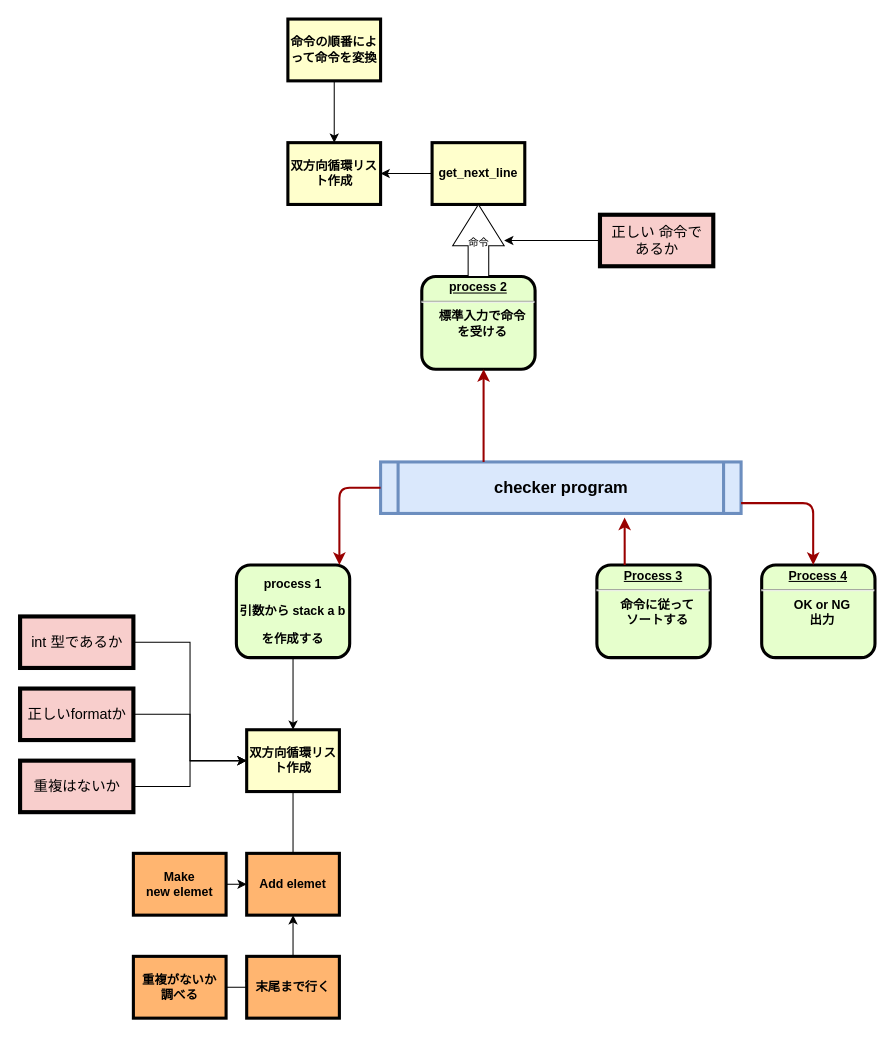
public-jun/42_push_swap keeps this draw.io diagram as page "Page-1" (1 of 2) of push_swap.drawio. Above is the earlier version. Source tidied: cells renumbered, new cells numbered last; positions are measured from the earlier drawing's top-left corner, leaving out a move shared by most shapes. Both pictures are drawn from the tidied source at 103%, with x=0, y=0 at pixel (20, 19).
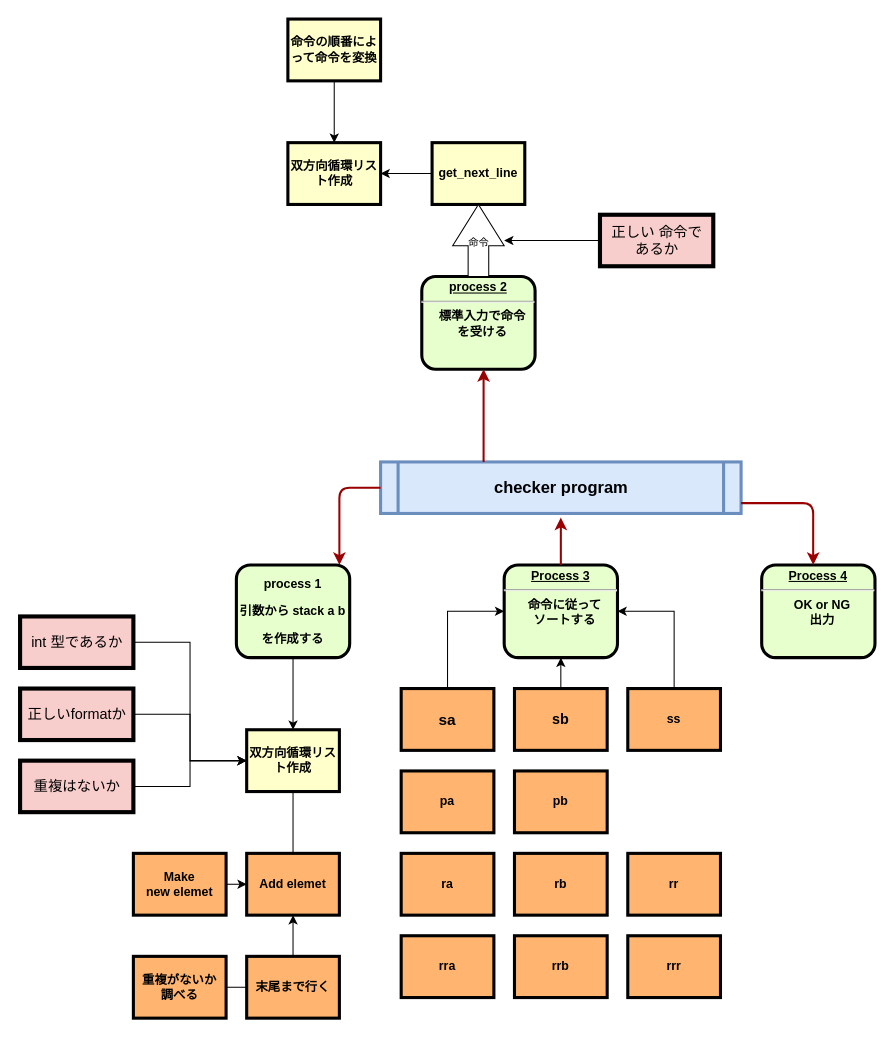
Above is the later version.

Unchanged cells that the change refers to:
```xml
<mxCell id="4" value="checker program" style="shape=process;whiteSpace=wrap;align=center;verticalAlign=middle;size=0.0475;fontStyle=1;strokeWidth=3;fillColor=#dae8fc;fontSize=16;strokeColor=#6c8ebf;" parent="1" vertex="1">
  <mxGeometry x="350" y="430" width="350" height="50" as="geometry" />
</mxCell>
```

Diff of the diagram source:
```diff
@@
     <mxCell id="7" value="&lt;p style=&quot;margin: 0px ; margin-top: 4px ; text-align: center ; text-decoration: underline&quot;&gt;&lt;strong&gt;&lt;strong&gt;Process&lt;/strong&gt;&amp;nbsp;3&lt;br&gt;&lt;/strong&gt;&lt;/p&gt;&lt;hr&gt;&lt;p style=&quot;margin: 0px ; margin-left: 8px&quot;&gt;命令に従って&lt;/p&gt;&lt;p style=&quot;margin: 0px ; margin-left: 8px&quot;&gt;ソートする&lt;/p&gt;" style="verticalAlign=middle;align=center;overflow=fill;fontSize=12;fontFamily=Helvetica;html=1;rounded=1;fontStyle=1;strokeWidth=3;fillColor=#E6FFCC;" parent="1" vertex="1">
-      <mxGeometry x="560" y="530" width="110" height="90" as="geometry" />
+      <mxGeometry x="470" y="530" width="110" height="90" as="geometry" />
     </mxCell>
@@
-    <mxCell id="10" style="edgeStyle=elbowEdgeStyle;elbow=vertical;strokeColor=#990000;strokeWidth=2;entryX=0.677;entryY=1.08;entryDx=0;entryDy=0;entryPerimeter=0;" parent="1" edge="1" source="7" target="4">
+    <mxCell id="10" style="edgeStyle=elbowEdgeStyle;elbow=vertical;strokeColor=#990000;strokeWidth=2;" parent="1" edge="1" source="7">
       <mxGeometry relative="1" as="geometry">
+        <mxPoint x="525" y="484" as="targetPoint" />
         <Array as="points">
+          <mxPoint x="525" y="500" />
           <mxPoint x="587" y="520" />
           <mxPoint x="710" y="540" />
           <mxPoint x="720" y="770" />
         </Array>
       </mxGeometry>
     </mxCell>
@@
+    <mxCell id="35" style="edgeStyle=orthogonalEdgeStyle;rounded=0;jettySize=auto;html=1;exitX=0.5;exitY=0;exitDx=0;exitDy=0;entryX=0;entryY=0.5;entryDx=0;entryDy=0;fontSize=14;" parent="1" edge="1" source="36" target="7">
+      <mxGeometry relative="1" as="geometry" />
+    </mxCell>
+    <mxCell id="36" value="sa" style="whiteSpace=wrap;align=center;verticalAlign=middle;fontStyle=1;strokeWidth=3;fillColor=#FFB570;fontSize=15;" parent="1" vertex="1">
+      <mxGeometry x="370" y="650" width="90" height="60" as="geometry" />
+    </mxCell>
+    <mxCell id="37" style="edgeStyle=orthogonalEdgeStyle;rounded=0;jettySize=auto;html=1;fontSize=14;" parent="1" edge="1" source="38" target="7">
+      <mxGeometry relative="1" as="geometry" />
+    </mxCell>
+    <mxCell id="38" value="sb" style="whiteSpace=wrap;align=center;verticalAlign=middle;fontStyle=1;strokeWidth=3;fillColor=#FFB570;fontSize=14;" parent="1" vertex="1">
+      <mxGeometry x="480" y="650" width="90" height="60" as="geometry" />
+    </mxCell>
+    <mxCell id="39" value="pa" style="whiteSpace=wrap;align=center;verticalAlign=middle;fontStyle=1;strokeWidth=3;fillColor=#FFB570;" parent="1" vertex="1">
+      <mxGeometry x="370" y="730" width="90" height="60" as="geometry" />
+    </mxCell>
+    <mxCell id="40" style="edgeStyle=orthogonalEdgeStyle;rounded=0;jettySize=auto;html=1;exitX=0.5;exitY=0;exitDx=0;exitDy=0;entryX=1;entryY=0.5;entryDx=0;entryDy=0;fontSize=14;" parent="1" edge="1" source="41" target="7">
+      <mxGeometry relative="1" as="geometry" />
+    </mxCell>
+    <mxCell id="41" value="ss" style="whiteSpace=wrap;align=center;verticalAlign=middle;fontStyle=1;strokeWidth=3;fillColor=#FFB570;" parent="1" vertex="1">
+      <mxGeometry x="590" y="650" width="90" height="60" as="geometry" />
+    </mxCell>
+    <mxCell id="42" value="pb" style="whiteSpace=wrap;align=center;verticalAlign=middle;fontStyle=1;strokeWidth=3;fillColor=#FFB570;" parent="1" vertex="1">
+      <mxGeometry x="480" y="730" width="90" height="60" as="geometry" />
+    </mxCell>
+    <mxCell id="43" value="ra" style="whiteSpace=wrap;align=center;verticalAlign=middle;fontStyle=1;strokeWidth=3;fillColor=#FFB570;" parent="1" vertex="1">
+      <mxGeometry x="370" y="810" width="90" height="60" as="geometry" />
+    </mxCell>
+    <mxCell id="44" value="rr" style="whiteSpace=wrap;align=center;verticalAlign=middle;fontStyle=1;strokeWidth=3;fillColor=#FFB570;" parent="1" vertex="1">
+      <mxGeometry x="590" y="810" width="90" height="60" as="geometry" />
+    </mxCell>
+    <mxCell id="45" value="rb" style="whiteSpace=wrap;align=center;verticalAlign=middle;fontStyle=1;strokeWidth=3;fillColor=#FFB570;" parent="1" vertex="1">
+      <mxGeometry x="480" y="810" width="90" height="60" as="geometry" />
+    </mxCell>
+    <mxCell id="46" value="rra" style="whiteSpace=wrap;align=center;verticalAlign=middle;fontStyle=1;strokeWidth=3;fillColor=#FFB570;" parent="1" vertex="1">
+      <mxGeometry x="370" y="890" width="90" height="60" as="geometry" />
+    </mxCell>
+    <mxCell id="47" value="rrr" style="whiteSpace=wrap;align=center;verticalAlign=middle;fontStyle=1;strokeWidth=3;fillColor=#FFB570;" parent="1" vertex="1">
+      <mxGeometry x="590" y="890" width="90" height="60" as="geometry" />
+    </mxCell>
+    <mxCell id="48" value="rrb" style="whiteSpace=wrap;align=center;verticalAlign=middle;fontStyle=1;strokeWidth=3;fillColor=#FFB570;" parent="1" vertex="1">
+      <mxGeometry x="480" y="890" width="90" height="60" as="geometry" />
+    </mxCell>
```
